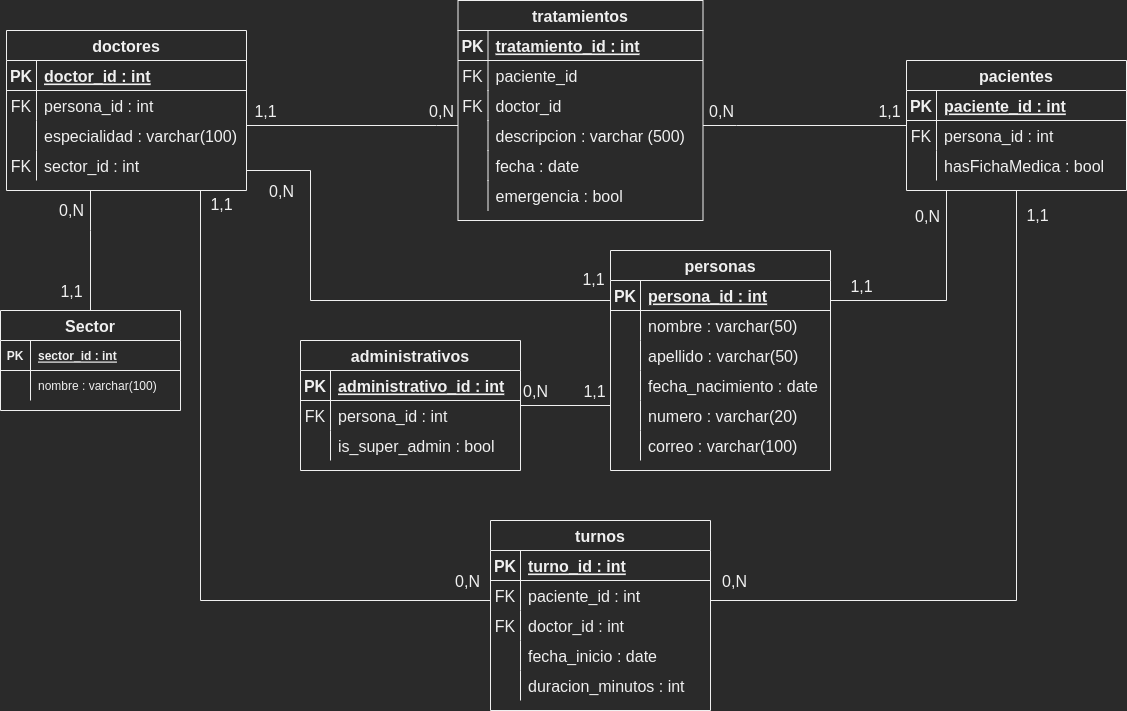
Above: DER.png in MrGoropeza/1000Programadores-ProyectoFinal (draw.io), before the change. Source tidied: cells renumbered, new cells last; positions are measured from the earlier drawing's top-left corner, leaving out a move shared by most shapes.
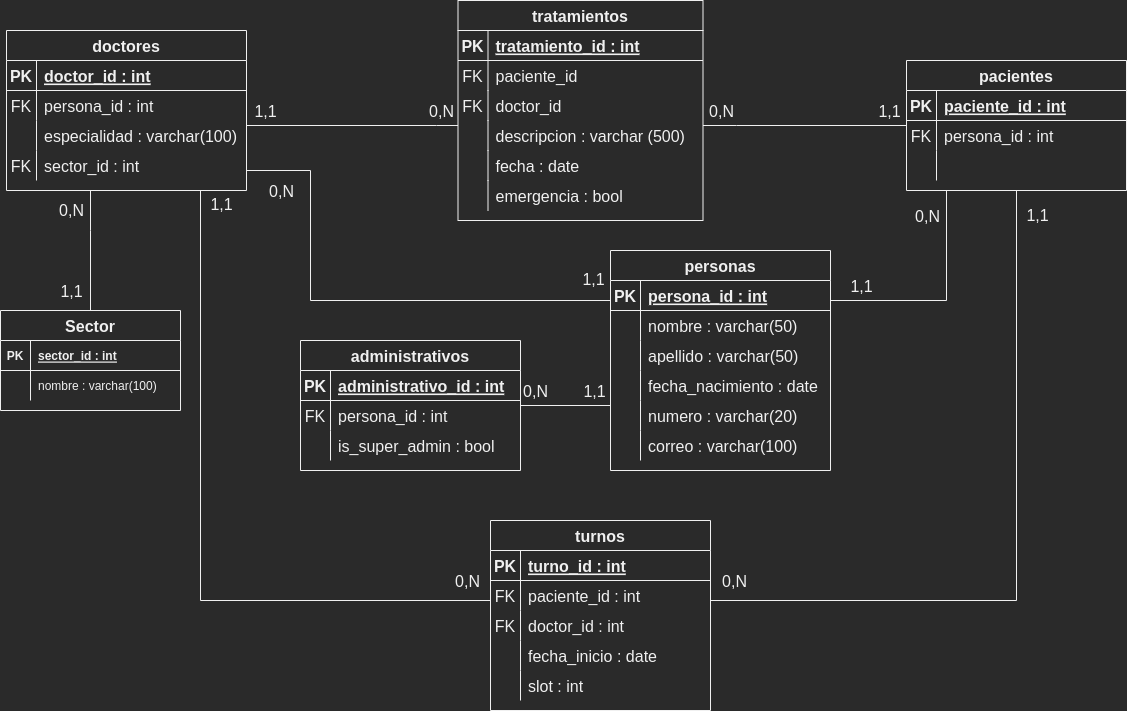
Later version of the same file.

Commit message:
Actualizados diagramas. Ahora tienen el atributo slot, el cual no tenian antes.

The edit, as a diff of the source:
```diff
@@ -152,7 +152,7 @@
     <mxCell id="42" style="shape=partialRectangle;fillColor=none;top=0;left=0;bottom=0;right=0;overflow=hidden;fontSize=16;" parent="41" vertex="1">
       <mxGeometry width="30" height="30" as="geometry" />
     </mxCell>
-    <mxCell id="43" value="hasFichaMedica : bool" style="shape=partialRectangle;fillColor=none;top=0;left=0;bottom=0;right=0;align=left;spacingLeft=6;overflow=hidden;fontSize=16;" parent="41" vertex="1">
+    <mxCell id="43" style="shape=partialRectangle;fillColor=none;top=0;left=0;bottom=0;right=0;align=left;spacingLeft=6;overflow=hidden;fontSize=16;" parent="41" vertex="1">
       <mxGeometry x="30" width="190" height="30" as="geometry" />
     </mxCell>
     <mxCell id="44" value="tratamientos" style="shape=table;startSize=30;rowLines=0;fontStyle=1;align=center;fontSize=16;fillColor=none;" parent="1" vertex="1">
@@ -291,7 +291,7 @@
     <mxCell id="83" style="shape=partialRectangle;fillColor=none;top=0;left=0;bottom=0;right=0;overflow=hidden;fontSize=16;" parent="82" vertex="1">
       <mxGeometry width="30" height="30" as="geometry" />
     </mxCell>
-    <mxCell id="84" value="duracion_minutos : int" style="shape=partialRectangle;fillColor=none;top=0;left=0;bottom=0;right=0;align=left;spacingLeft=6;overflow=hidden;fontSize=16;" parent="82" vertex="1">
+    <mxCell id="84" value="slot : int" style="shape=partialRectangle;fillColor=none;top=0;left=0;bottom=0;right=0;align=left;spacingLeft=6;overflow=hidden;fontSize=16;" parent="82" vertex="1">
       <mxGeometry x="30" width="190" height="30" as="geometry" />
     </mxCell>
     <mxCell id="85" style="edgeStyle=orthogonalEdgeStyle;rounded=0;jettySize=auto;html=1;endArrow=none;endFill=0;" parent="1" edge="1" source="91" target="34">
```
